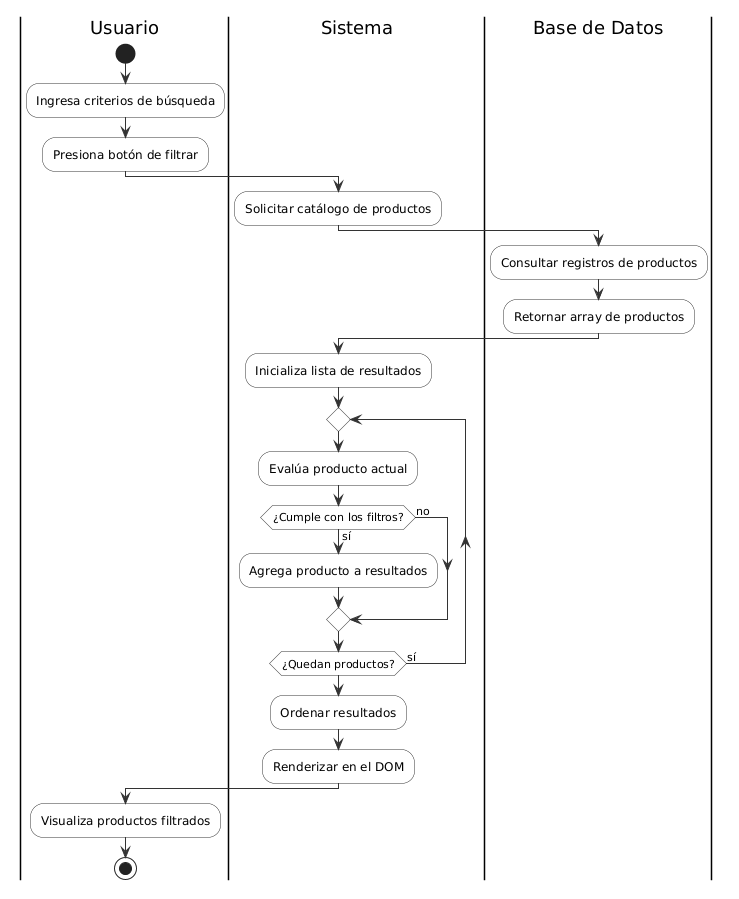
Before: docs/05-diagramas/01-diagrama-de-actividades/actividad-flujo-4-buscador.png, a diagram exported from PlantUML (GonzaloBarbano/E-commerce). The source it was exported from:
```plantuml
@startuml
skinparam ActivityBackgroundColor #FFFFFF
skinparam ActivityBorderColor #333333
skinparam ArrowColor #333333

|Usuario|
start
:Ingresa criterios de búsqueda;
:Presiona botón de filtrar;

|Sistema|
:Solicitar catálogo de productos;

|Base de Datos|
:Consultar registros de productos;
:Retornar array de productos;

|Sistema|
:Inicializa lista de resultados;
repeat
  :Evalúa producto actual;
  if (¿Cumple con los filtros?) then (sí)
    :Agrega producto a resultados;
  else (no)
  endif
repeat while (¿Quedan productos?) is (sí)
:Ordenar resultados;
:Renderizar en el DOM;

|Usuario|
:Visualiza productos filtrados;
stop
@enduml
```
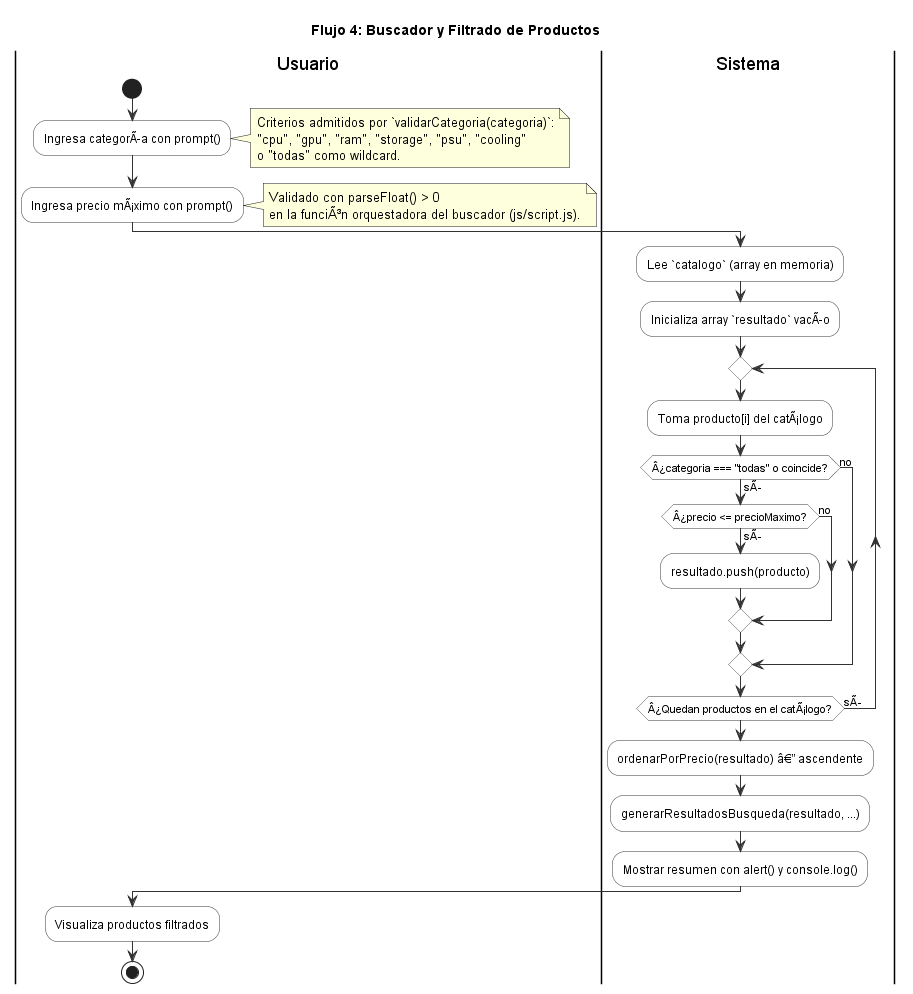
Above is the later version.

Diff of the diagram source:
```diff
@@ -1,31 +1,39 @@
-@startuml
+@startuml flujo-4-buscador
+title Flujo 4: Buscador y Filtrado de Productos
 skinparam ActivityBackgroundColor #FFFFFF
 skinparam ActivityBorderColor #333333
 skinparam ArrowColor #333333
 
 |Usuario|
 start
-:Ingresa criterios de búsqueda;
-:Presiona botón de filtrar;
+:Ingresa categorÃ­a con prompt();
+note right
+  Criterios admitidos por `validarCategoria(categoria)`:
+  "cpu", "gpu", "ram", "storage", "psu", "cooling"
+  o "todas" como wildcard.
+end note
+:Ingresa precio mÃ¡ximo con prompt();
+note right
+  Validado con parseFloat() > 0
+  en la funciÃ³n orquestadora del buscador (js/script.js).
+end note
 
 |Sistema|
-:Solicitar catálogo de productos;
-
-|Base de Datos|
-:Consultar registros de productos;
-:Retornar array de productos;
-
-|Sistema|
-:Inicializa lista de resultados;
+:Lee `catalogo` (array en memoria);
+:Inicializa array `resultado` vacÃ­o;
 repeat
-  :Evalúa producto actual;
-  if (¿Cumple con los filtros?) then (sí)
-    :Agrega producto a resultados;
+  :Toma producto[i] del catÃ¡logo;
+  if (Â¿categoria === "todas" o coincide?) then (sÃ­)
+    if (Â¿precio <= precioMaximo?) then (sÃ­)
+      :resultado.push(producto);
+    else (no)
+    endif
   else (no)
   endif
-repeat while (¿Quedan productos?) is (sí)
-:Ordenar resultados;
-:Renderizar en el DOM;
+repeat while (Â¿Quedan productos en el catÃ¡logo?) is (sÃ­)
+:ordenarPorPrecio(resultado) â€” ascendente;
+:generarResultadosBusqueda(resultado, ...);
+:Mostrar resumen con alert() y console.log();
 
 |Usuario|
 :Visualiza productos filtrados;
```
